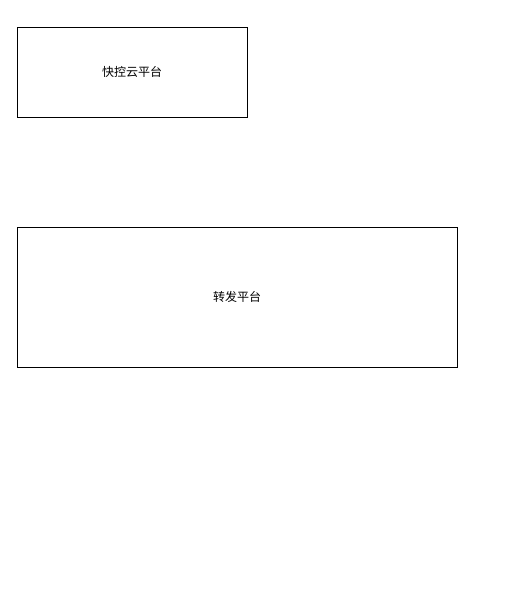
foreverfirst/draw keeps this draw.io diagram as 告警信息转发.drawio. Above is the earlier version. Source tidied: cells renumbered, new cells numbered last; positions are measured from the earlier drawing's top-left corner, leaving out a move shared by most shapes. Both pictures are drawn from the tidied source at 100%, with x=0, y=0 at pixel (17, 27).
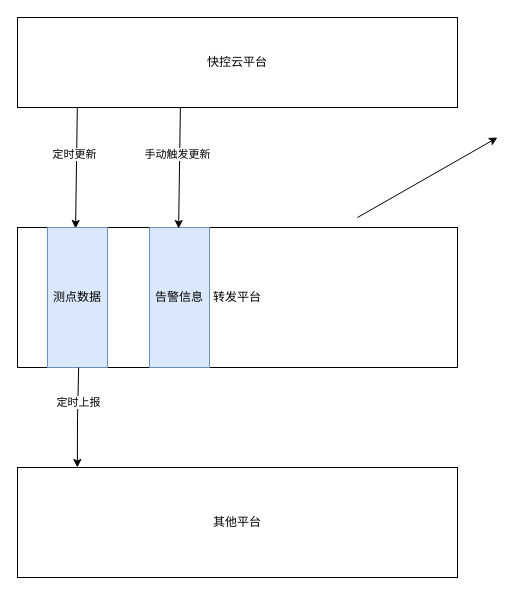
After the change.

Commit message (it also covers changes not shown here):
更新告警信息转发.drawio

Diff of the diagram source:
```diff
@@
 <mxGraphModel>
   <root>
     <mxCell id="0" />
     <mxCell id="1" parent="0" />
     <mxCell id="2" value="快控云平台" style="rounded=0;whiteSpace=wrap;html=1;" parent="1" vertex="1">
-      <mxGeometry width="230" height="90" as="geometry" />
+      <mxGeometry y="-10" width="440" height="90" as="geometry" />
     </mxCell>
     <mxCell id="3" value="转发平台" style="rounded=0;whiteSpace=wrap;html=1;" parent="1" vertex="1">
       <mxGeometry y="200" width="440" height="140" as="geometry" />
     </mxCell>
+    <mxCell id="4" style="endArrow=classic;html=1;rounded=0;" parent="1" edge="1">
+      <mxGeometry relative="1" as="geometry">
+        <mxPoint x="340" y="190" as="sourcePoint" />
+        <mxPoint x="480" y="110" as="targetPoint" />
+      </mxGeometry>
+    </mxCell>
+    <mxCell id="5" style="endArrow=classic;html=1;rounded=0;entryX=0.132;entryY=0.007;entryDx=0;entryDy=0;entryPerimeter=0;exitX=0.136;exitY=1;exitDx=0;exitDy=0;exitPerimeter=0;" parent="1" edge="1" source="2" target="3">
+      <mxGeometry relative="1" as="geometry" />
+    </mxCell>
+    <mxCell id="6" value="定时更新" style="edgeLabel;html=1;align=center;verticalAlign=middle;" parent="5" vertex="1">
+      <mxGeometry x="-0.22" y="-3" relative="1" as="geometry" />
+    </mxCell>
+    <mxCell id="7" value="其他平台" style="rounded=0;whiteSpace=wrap;html=1;" parent="1" vertex="1">
+      <mxGeometry y="440" width="440" height="110" as="geometry" />
+    </mxCell>
+    <mxCell id="8" value="测点数据" style="text;html=1;strokeColor=#6c8ebf;fillColor=#dae8fc;align=center;verticalAlign=middle;whiteSpace=wrap;rounded=0;" parent="1" vertex="1">
+      <mxGeometry x="30" y="200" width="60" height="140" as="geometry" />
+    </mxCell>
+    <mxCell id="9" style="endArrow=classic;html=1;rounded=0;entryX=0.136;entryY=0;entryDx=0;entryDy=0;entryPerimeter=0;exitX=0.139;exitY=1;exitDx=0;exitDy=0;exitPerimeter=0;" parent="1" edge="1" source="3" target="7">
+      <mxGeometry relative="1" as="geometry">
+        <Array as="points">
+          <mxPoint x="60" y="390" />
+        </Array>
+      </mxGeometry>
+    </mxCell>
+    <mxCell id="10" value="定时上报" style="edgeLabel;html=1;align=center;verticalAlign=middle;" parent="9" vertex="1">
+      <mxGeometry x="-0.3" relative="1" as="geometry" />
+    </mxCell>
+    <mxCell id="11" value="告警信息" style="text;html=1;strokeColor=#6c8ebf;fillColor=#dae8fc;align=center;verticalAlign=middle;whiteSpace=wrap;rounded=0;" parent="1" vertex="1">
+      <mxGeometry x="132" y="200" width="60" height="140" as="geometry" />
+    </mxCell>
+    <mxCell id="12" style="endArrow=classic;html=1;rounded=0;entryX=0.132;entryY=0.007;entryDx=0;entryDy=0;entryPerimeter=0;exitX=0.136;exitY=1;exitDx=0;exitDy=0;exitPerimeter=0;" parent="1" edge="1">
+      <mxGeometry relative="1" as="geometry">
+        <mxPoint x="162.9" y="80" as="sourcePoint" />
+        <mxPoint x="161.1" y="201" as="targetPoint" />
+      </mxGeometry>
+    </mxCell>
+    <mxCell id="13" value="手动触发更新" style="edgeLabel;html=1;align=center;verticalAlign=middle;" parent="12" vertex="1">
+      <mxGeometry x="-0.22" y="-3" relative="1" as="geometry" />
+    </mxCell>
   </root>
 </mxGraphModel>
```
